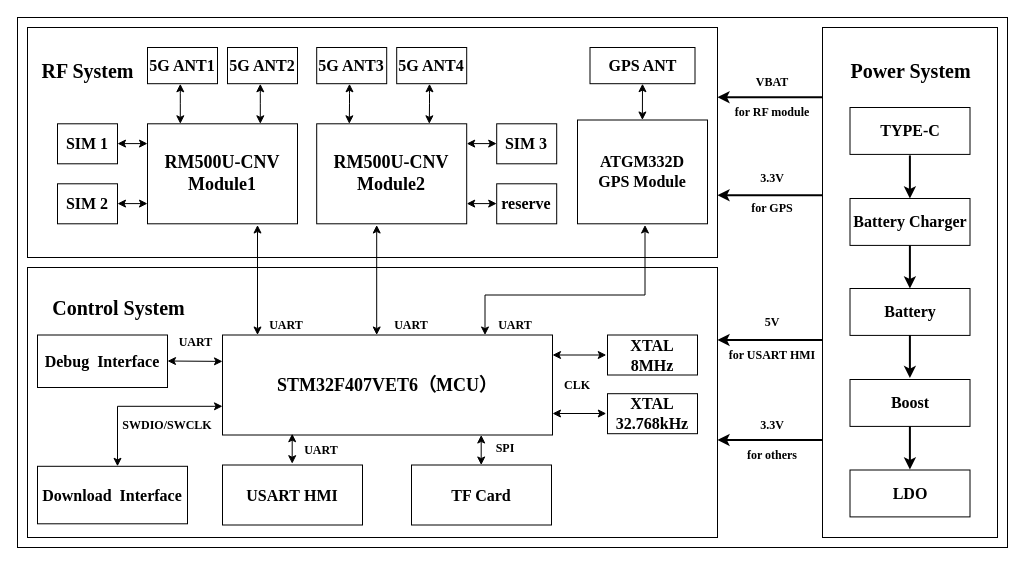
This is ICCC_block_V4.0.drawio from zeandon/draw.io, a draw.io file, before an edit. Source tidied: cells renumbered, new cells numbered last; positions are measured from the earlier drawing's top-left corner, leaving out a move shared by most shapes. Both pictures are drawn from the tidied source at 100%, with x=0, y=0 at pixel (17, 17).
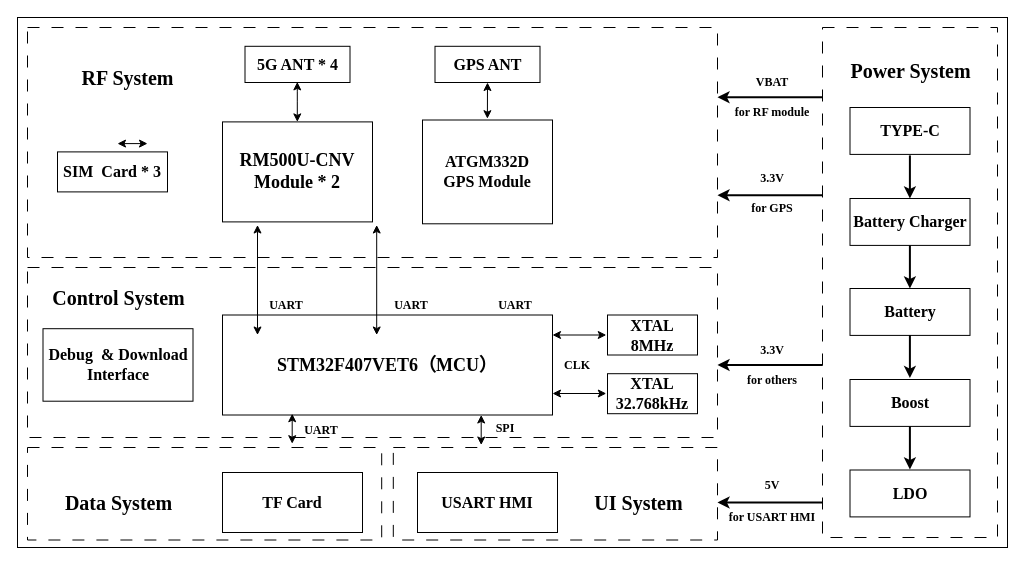
Above is the later version.

Change to the diagram source:
```diff
@@
+    <mxCell id="75" style="rounded=0;whiteSpace=wrap;html=1;fontStyle=1;fontFamily=Times New Roman;fontSize=16;dashed=1;dashPattern=12 12;" parent="1" vertex="1">
+      <mxGeometry x="375.8" y="430" width="324.2" height="92.5" as="geometry" />
+    </mxCell>
+    <mxCell id="76" style="rounded=0;whiteSpace=wrap;html=1;fontStyle=1;fontFamily=Times New Roman;fontSize=16;dashed=1;dashPattern=12 12;" parent="1" vertex="1">
+      <mxGeometry x="10" y="430" width="354.2" height="92.5" as="geometry" />
+    </mxCell>
-    <mxCell id="3" style="rounded=0;whiteSpace=wrap;html=1;fontFamily=Times New Roman;" parent="1" vertex="1">
+    <mxCell id="3" style="rounded=0;whiteSpace=wrap;html=1;fontFamily=Times New Roman;dashed=1;dashPattern=12 12;" parent="1" vertex="1">
       <mxGeometry x="805" y="10" width="175" height="510" as="geometry" />
     </mxCell>
-    <mxCell id="4" style="rounded=0;whiteSpace=wrap;html=1;fontFamily=Times New Roman;" parent="1" vertex="1">
+    <mxCell id="4" style="rounded=0;whiteSpace=wrap;html=1;fontFamily=Times New Roman;dashed=1;dashPattern=12 12;" parent="1" vertex="1">
       <mxGeometry x="10" y="10" width="690" height="230" as="geometry" />
     </mxCell>
-    <mxCell id="5" style="rounded=0;whiteSpace=wrap;html=1;fontFamily=Times New Roman;" parent="1" vertex="1">
-      <mxGeometry x="10" y="250" width="690" height="270" as="geometry" />
+    <mxCell id="5" style="rounded=0;whiteSpace=wrap;html=1;fontFamily=Times New Roman;dashed=1;dashPattern=12 12;" parent="1" vertex="1">
+      <mxGeometry x="10" y="250" width="690" height="170" as="geometry" />
     </mxCell>
     <mxCell id="6" value="&lt;font&gt;Control System&lt;/font&gt;" style="text;strokeColor=none;fillColor=none;html=1;fontSize=20;fontStyle=1;verticalAlign=middle;align=center;fontFamily=Times New Roman;" parent="1" vertex="1">
-      <mxGeometry x="30" y="270" width="141" height="40" as="geometry" />
+      <mxGeometry x="30" y="260" width="141" height="40" as="geometry" />
     </mxCell>
     <mxCell id="7" value="&lt;span&gt;RF System&lt;/span&gt;" style="text;strokeColor=none;fillColor=none;html=1;fontSize=20;fontStyle=1;verticalAlign=middle;align=center;fontFamily=Times New Roman;" parent="1" vertex="1">
-      <mxGeometry x="20" y="33.1" width="100" height="40" as="geometry" />
+      <mxGeometry x="60" y="40" width="100" height="40" as="geometry" />
     </mxCell>
-    <mxCell id="8" value="RM500U-CNV&lt;div&gt;Module1&lt;/div&gt;" style="rounded=0;whiteSpace=wrap;html=1;fontStyle=1;fontFamily=Times New Roman;fontSize=18;" parent="1" vertex="1">
-      <mxGeometry x="130" y="106.3" width="150" height="100" as="geometry" />
-    </mxCell>
-    <mxCell id="9" value="RM500U-CNV&lt;div&gt;Module2&lt;/div&gt;" style="rounded=0;whiteSpace=wrap;html=1;fontStyle=1;fontFamily=Times New Roman;fontSize=18;" parent="1" vertex="1">
-      <mxGeometry x="299.2" y="106.3" width="150" height="100" as="geometry" />
+    <mxCell id="9" value="RM500U-CNV&lt;div&gt;Module * 2&lt;/div&gt;" style="rounded=0;whiteSpace=wrap;html=1;fontStyle=1;fontFamily=Times New Roman;fontSize=18;" parent="1" vertex="1">
+      <mxGeometry x="205" y="104.4" width="150" height="100" as="geometry" />
     </mxCell>
     <mxCell id="10" value="UART" style="text;html=1;whiteSpace=wrap;strokeColor=none;fillColor=none;align=center;verticalAlign=middle;rounded=0;fontStyle=1;fontSize=12;fontFamily=Times New Roman;" parent="1" vertex="1">
-      <mxGeometry x="239" y="292.5" width="60" height="30" as="geometry" />
+      <mxGeometry x="239" y="272.5" width="60" height="30" as="geometry" />
     </mxCell>
     <mxCell id="11" value="UART" style="text;html=1;whiteSpace=wrap;strokeColor=none;fillColor=none;align=center;verticalAlign=middle;rounded=0;fontStyle=1;fontSize=12;fontFamily=Times New Roman;" parent="1" vertex="1">
-      <mxGeometry x="364.2" y="292.5" width="60" height="30" as="geometry" />
+      <mxGeometry x="364.2" y="272.5" width="60" height="30" as="geometry" />
     </mxCell>
-    <mxCell id="12" value="5G ANT2" style="rounded=0;whiteSpace=wrap;html=1;fontStyle=1;fontFamily=Times New Roman;fontSize=16;" parent="1" vertex="1">
-      <mxGeometry x="210" y="30" width="70" height="36.2" as="geometry" />
-    </mxCell>
-    <mxCell id="13" value="5G ANT1" style="rounded=0;whiteSpace=wrap;html=1;fontStyle=1;fontFamily=Times New Roman;fontSize=16;" parent="1" vertex="1">
-      <mxGeometry x="130" y="30" width="70" height="36.2" as="geometry" />
+    <mxCell id="13" value="5G ANT * 4" style="rounded=0;whiteSpace=wrap;html=1;fontStyle=1;fontFamily=Times New Roman;fontSize=16;" parent="1" vertex="1">
+      <mxGeometry x="227.5" y="28.8" width="105" height="36.2" as="geometry" />
     </mxCell>
-    <mxCell id="14" value="5G ANT3" style="rounded=0;whiteSpace=wrap;html=1;fontStyle=1;fontFamily=Times New Roman;fontSize=16;" parent="1" vertex="1">
-      <mxGeometry x="299.2" y="30" width="70" height="36.2" as="geometry" />
-    </mxCell>
-    <mxCell id="15" value="5G ANT4" style="rounded=0;whiteSpace=wrap;html=1;fontStyle=1;fontFamily=Times New Roman;fontSize=16;" parent="1" vertex="1">
-      <mxGeometry x="379.2" y="30" width="70" height="36.2" as="geometry" />
-    </mxCell>
     <mxCell id="16" value="STM32F407V&lt;span style=&quot;background-color: transparent; color: light-dark(rgb(0, 0, 0), rgb(255, 255, 255));&quot;&gt;ET6（MCU）&lt;/span&gt;" style="rounded=0;whiteSpace=wrap;html=1;fontStyle=1;fontFamily=Times New Roman;fontSize=18;" parent="1" vertex="1">
-      <mxGeometry x="205" y="317.5" width="330" height="100" as="geometry" />
+      <mxGeometry x="205" y="297.5" width="330" height="100" as="geometry" />
     </mxCell>
     <mxCell id="17" value="&lt;span style=&quot;background-color: transparent; color: light-dark(rgb(0, 0, 0), rgb(255, 255, 255));&quot;&gt;XTAL&lt;br&gt;8MHz&lt;/span&gt;" style="rounded=0;whiteSpace=wrap;html=1;fontStyle=1;fontFamily=Times New Roman;fontSize=16;" parent="1" vertex="1">
-      <mxGeometry x="590" y="317.5" width="90" height="40" as="geometry" />
+      <mxGeometry x="590" y="297.5" width="90" height="40" as="geometry" />
     </mxCell>
-    <mxCell id="18" value="Debug&amp;nbsp; Interface" style="rounded=0;whiteSpace=wrap;html=1;fontStyle=1;fontFamily=Times New Roman;fontSize=16;" parent="1" vertex="1">
-      <mxGeometry x="20" y="317.5" width="130" height="52.5" as="geometry" />
+    <mxCell id="18" value="Debug&amp;nbsp; &amp;amp; Download Interface" style="rounded=0;whiteSpace=wrap;html=1;fontStyle=1;fontFamily=Times New Roman;fontSize=16;" parent="1" vertex="1">
+      <mxGeometry x="25.5" y="311.2" width="150" height="72.5" as="geometry" />
     </mxCell>
     <mxCell id="19" value="USART&amp;nbsp;&lt;span style=&quot;background-color: transparent; color: light-dark(rgb(0, 0, 0), rgb(255, 255, 255));&quot;&gt;HMI&lt;/span&gt;" style="rounded=0;whiteSpace=wrap;html=1;fontStyle=1;fontFamily=Times New Roman;fontSize=16;" parent="1" vertex="1">
-      <mxGeometry x="205" y="447.5" width="140" height="60" as="geometry" />
+      <mxGeometry x="400" y="455" width="140" height="60" as="geometry" />
     </mxCell>
@@
-    <mxCell id="25" value="SIM 1" style="rounded=0;whiteSpace=wrap;html=1;fontStyle=1;fontFamily=Times New Roman;fontSize=16;" parent="1" vertex="1">
-      <mxGeometry x="40" y="106.3" width="60" height="40" as="geometry" />
+    <mxCell id="25" value="SIM&amp;nbsp; Card * 3" style="rounded=0;whiteSpace=wrap;html=1;fontStyle=1;fontFamily=Times New Roman;fontSize=16;" parent="1" vertex="1">
+      <mxGeometry x="40" y="134.4" width="110" height="40" as="geometry" />
     </mxCell>
-    <mxCell id="26" value="SIM 2" style="rounded=0;whiteSpace=wrap;html=1;fontStyle=1;fontFamily=Times New Roman;fontSize=16;" parent="1" vertex="1">
-      <mxGeometry x="40" y="166.3" width="60" height="40" as="geometry" />
-    </mxCell>
-    <mxCell id="27" value="SIM 3" style="rounded=0;whiteSpace=wrap;html=1;fontStyle=1;fontFamily=Times New Roman;fontSize=16;" parent="1" vertex="1">
-      <mxGeometry x="479.2" y="106.3" width="60" height="40" as="geometry" />
-    </mxCell>
     <mxCell id="28" value="TF Card" style="rounded=0;whiteSpace=wrap;html=1;fontStyle=1;fontFamily=Times New Roman;fontSize=16;" parent="1" vertex="1">
-      <mxGeometry x="394" y="447.5" width="140" height="60" as="geometry" />
+      <mxGeometry x="205" y="455" width="140" height="60" as="geometry" />
     </mxCell>
-    <mxCell id="29" style="endArrow=classic;startArrow=classic;html=1;rounded=0;fontFamily=Times New Roman;" parent="1" edge="1">
-      <mxGeometry relative="1" as="geometry">
-        <mxPoint x="100" y="186.1" as="sourcePoint" />
-        <mxPoint x="130" y="186.1" as="targetPoint" />
-      </mxGeometry>
-    </mxCell>
@@
-    <mxCell id="31" style="endArrow=classic;startArrow=classic;html=1;rounded=0;fontFamily=Times New Roman;" parent="1" edge="1">
-      <mxGeometry relative="1" as="geometry">
-        <mxPoint x="449.2" y="126.1" as="sourcePoint" />
-        <mxPoint x="479.2" y="126.1" as="targetPoint" />
-      </mxGeometry>
-    </mxCell>
-    <mxCell id="32" style="endArrow=classic;startArrow=classic;html=1;rounded=0;exitX=0.5;exitY=0;exitDx=0;exitDy=0;entryX=0.958;entryY=0.995;entryDx=0;entryDy=0;entryPerimeter=0;fontFamily=Times New Roman;" parent="1" edge="1">
-      <mxGeometry relative="1" as="geometry">
-        <mxPoint x="242.8" y="106.3" as="sourcePoint" />
-        <mxPoint x="242.8" y="66.3" as="targetPoint" />
-        <Array as="points">
-          <mxPoint x="242.8" y="86.3" />
-          <mxPoint x="242.8" y="76.3" />
-        </Array>
-      </mxGeometry>
-    </mxCell>
     <mxCell id="33" style="endArrow=classic;startArrow=classic;html=1;rounded=0;exitX=0.5;exitY=0;exitDx=0;exitDy=0;entryX=0.958;entryY=0.995;entryDx=0;entryDy=0;entryPerimeter=0;fontFamily=Times New Roman;" parent="1" edge="1">
       <mxGeometry relative="1" as="geometry">
-        <mxPoint x="162.8" y="106.3" as="sourcePoint" />
-        <mxPoint x="162.8" y="66.3" as="targetPoint" />
+        <mxPoint x="279.8" y="104.4" as="sourcePoint" />
+        <mxPoint x="279.8" y="64.4" as="targetPoint" />
         <Array as="points">
-          <mxPoint x="162.8" y="86.3" />
-          <mxPoint x="162.8" y="76.3" />
+          <mxPoint x="279.8" y="84.4" />
+          <mxPoint x="279.8" y="74.4" />
         </Array>
       </mxGeometry>
     </mxCell>
-    <mxCell id="34" style="endArrow=classic;startArrow=classic;html=1;rounded=0;exitX=0.5;exitY=0;exitDx=0;exitDy=0;entryX=0.958;entryY=0.995;entryDx=0;entryDy=0;entryPerimeter=0;fontFamily=Times New Roman;" parent="1" edge="1">
-      <mxGeometry relative="1" as="geometry">
-        <mxPoint x="331.8" y="106.3" as="sourcePoint" />
-        <mxPoint x="332" y="66.3" as="targetPoint" />
-        <Array as="points">
-          <mxPoint x="332" y="86.3" />
-          <mxPoint x="332" y="76.3" />
-        </Array>
-      </mxGeometry>
-    </mxCell>
-    <mxCell id="35" style="endArrow=classic;startArrow=classic;html=1;rounded=0;exitX=0.5;exitY=0;exitDx=0;exitDy=0;entryX=0.958;entryY=0.995;entryDx=0;entryDy=0;entryPerimeter=0;fontFamily=Times New Roman;" parent="1" edge="1">
-      <mxGeometry relative="1" as="geometry">
-        <mxPoint x="411.8" y="106.3" as="sourcePoint" />
-        <mxPoint x="412" y="66.3" as="targetPoint" />
-        <Array as="points">
-          <mxPoint x="412" y="86.3" />
-          <mxPoint x="412" y="76.3" />
-        </Array>
-      </mxGeometry>
-    </mxCell>
@@
     <mxCell id="37" value="5V" style="text;html=1;whiteSpace=wrap;strokeColor=none;fillColor=none;align=center;verticalAlign=middle;rounded=0;fontStyle=1;fontSize=12;fontFamily=Times New Roman;" parent="1" vertex="1">
-      <mxGeometry x="735" y="290" width="40" height="30" as="geometry" />
+      <mxGeometry x="735" y="452.5" width="40" height="30" as="geometry" />
     </mxCell>
     <mxCell id="38" value="3.3V" style="text;html=1;whiteSpace=wrap;strokeColor=none;fillColor=none;align=center;verticalAlign=middle;rounded=0;fontStyle=1;fontSize=12;fontFamily=Times New Roman;" parent="1" vertex="1">
-      <mxGeometry x="730" y="392.5" width="50" height="30" as="geometry" />
+      <mxGeometry x="730" y="317.5" width="50" height="30" as="geometry" />
     </mxCell>
@@
     <mxCell id="40" value="for USART HMI" style="text;html=1;whiteSpace=wrap;strokeColor=none;fillColor=none;align=center;verticalAlign=middle;rounded=0;fontStyle=1;fontSize=12;fontFamily=Times New Roman;" parent="1" vertex="1">
-      <mxGeometry x="700" y="322.5" width="110" height="30" as="geometry" />
+      <mxGeometry x="700" y="485" width="110" height="30" as="geometry" />
     </mxCell>
@@
     <mxCell id="42" value="for others" style="text;html=1;whiteSpace=wrap;strokeColor=none;fillColor=none;align=center;verticalAlign=middle;rounded=0;fontStyle=1;fontSize=12;fontFamily=Times New Roman;" parent="1" vertex="1">
-      <mxGeometry x="720" y="422.5" width="70" height="30" as="geometry" />
+      <mxGeometry x="720" y="347.5" width="70" height="30" as="geometry" />
     </mxCell>
     <mxCell id="43" value="&lt;div&gt;&lt;div class=&quot;old-record-id-EkiNdZjjBor4kKx9q06cBJtBn5e&quot;&gt;ATGM332D&lt;/div&gt;&lt;/div&gt;&lt;span data-lark-record-data=&quot;{&amp;quot;rootId&amp;quot;:&amp;quot;WC7idygdLo3EwxxI4wccTYTrntd&amp;quot;,&amp;quot;text&amp;quot;:{&amp;quot;initialAttributedTexts&amp;quot;:{&amp;quot;text&amp;quot;:{&amp;quot;0&amp;quot;:&amp;quot;ATGM332D&amp;quot;},&amp;quot;attribs&amp;quot;:{&amp;quot;0&amp;quot;:&amp;quot;*0+8&amp;quot;}},&amp;quot;apool&amp;quot;:{&amp;quot;numToAttrib&amp;quot;:{&amp;quot;0&amp;quot;:[&amp;quot;author&amp;quot;,&amp;quot;7430727519390695452&amp;quot;]},&amp;quot;nextNum&amp;quot;:1}},&amp;quot;type&amp;quot;:&amp;quot;text&amp;quot;,&amp;quot;referenceRecordMap&amp;quot;:{},&amp;quot;extra&amp;quot;:{&amp;quot;channel&amp;quot;:&amp;quot;saas&amp;quot;,&amp;quot;isEqualBlockSelection&amp;quot;:false,&amp;quot;pasteRandomId&amp;quot;:&amp;quot;4cfd0e9a-30e1-4352-a2b7-8c5324ee6488&amp;quot;,&amp;quot;mention_page_title&amp;quot;:{},&amp;quot;external_mention_url&amp;quot;:{}},&amp;quot;isKeepQuoteContainer&amp;quot;:false,&amp;quot;isFromCode&amp;quot;:false,&amp;quot;selection&amp;quot;:[{&amp;quot;id&amp;quot;:43,&amp;quot;type&amp;quot;:&amp;quot;text&amp;quot;,&amp;quot;selection&amp;quot;:{&amp;quot;start&amp;quot;:46,&amp;quot;end&amp;quot;:54},&amp;quot;recordId&amp;quot;:&amp;quot;EkiNdZjjBor4kKx9q06cBJtBn5e&amp;quot;}],&amp;quot;payloadMap&amp;quot;:{},&amp;quot;isCut&amp;quot;:false}&quot; class=&quot;lark-record-clipboard&quot;&gt;&lt;/span&gt;GPS Module" style="rounded=0;whiteSpace=wrap;html=1;fontStyle=1;fontFamily=Times New Roman;fontSize=16;" parent="1" vertex="1">
-      <mxGeometry x="560" y="102.5" width="130" height="103.8" as="geometry" />
+      <mxGeometry x="405" y="102.5" width="130" height="103.8" as="geometry" />
     </mxCell>
     <mxCell id="44" value="GPS ANT" style="rounded=0;whiteSpace=wrap;html=1;fontStyle=1;fontFamily=Times New Roman;fontSize=16;" parent="1" vertex="1">
-      <mxGeometry x="572.5" y="30" width="105" height="36.2" as="geometry" />
+      <mxGeometry x="417.5" y="28.8" width="105" height="36.2" as="geometry" />
     </mxCell>
     <mxCell id="45" value="UART" style="text;html=1;whiteSpace=wrap;strokeColor=none;fillColor=none;align=center;verticalAlign=middle;rounded=0;fontStyle=1;fontSize=12;fontFamily=Times New Roman;" parent="1" vertex="1">
-      <mxGeometry x="274.2" y="417.5" width="60" height="30" as="geometry" />
+      <mxGeometry x="274.2" y="397.5" width="60" height="30" as="geometry" />
     </mxCell>
     <mxCell id="46" value="UART" style="text;html=1;whiteSpace=wrap;strokeColor=none;fillColor=none;align=center;verticalAlign=middle;rounded=0;fontStyle=1;fontSize=12;fontFamily=Times New Roman;" parent="1" vertex="1">
-      <mxGeometry x="467.5" y="292.5" width="60" height="30" as="geometry" />
+      <mxGeometry x="467.5" y="272.5" width="60" height="30" as="geometry" />
     </mxCell>
     <mxCell id="47" value="SPI" style="text;html=1;whiteSpace=wrap;strokeColor=none;fillColor=none;align=center;verticalAlign=middle;rounded=0;fontStyle=1;fontSize=12;fontFamily=Times New Roman;" parent="1" vertex="1">
-      <mxGeometry x="467.5" y="416.2" width="40" height="30" as="geometry" />
+      <mxGeometry x="467.5" y="396.2" width="40" height="30" as="geometry" />
     </mxCell>
     <mxCell id="48" value="CLK" style="text;html=1;whiteSpace=wrap;strokeColor=none;fillColor=none;align=center;verticalAlign=middle;rounded=0;fontStyle=1;fontSize=12;fontFamily=Times New Roman;" parent="1" vertex="1">
-      <mxGeometry x="535" y="352.5" width="50" height="30" as="geometry" />
+      <mxGeometry x="535" y="332.5" width="50" height="30" as="geometry" />
     </mxCell>
-    <mxCell id="49" value="UART&amp;nbsp;" style="text;html=1;whiteSpace=wrap;strokeColor=none;fillColor=none;align=center;verticalAlign=middle;rounded=0;fontStyle=1;fontSize=12;fontFamily=Times New Roman;" parent="1" vertex="1">
-      <mxGeometry x="150" y="310" width="60" height="30" as="geometry" />
-    </mxCell>
     <mxCell id="50" style="endArrow=classic;startArrow=classic;html=1;rounded=0;fontFamily=Times New Roman;" parent="1" edge="1">
       <mxGeometry relative="1" as="geometry">
-        <mxPoint x="535" y="396" as="sourcePoint" />
-        <mxPoint x="588.8" y="396" as="targetPoint" />
+        <mxPoint x="535" y="376" as="sourcePoint" />
+        <mxPoint x="588.8" y="376" as="targetPoint" />
       </mxGeometry>
     </mxCell>
     <mxCell id="51" style="endArrow=classic;startArrow=classic;html=1;rounded=0;fontFamily=Times New Roman;entryX=0.5;entryY=1;entryDx=0;entryDy=0;" parent="1" edge="1" target="44">
       <mxGeometry relative="1" as="geometry">
-        <mxPoint x="624.9" y="102.5" as="sourcePoint" />
+        <mxPoint x="469.9" y="101.2" as="sourcePoint" />
       </mxGeometry>
     </mxCell>
     <mxCell id="52" style="endArrow=classic;startArrow=classic;html=1;rounded=0;fontFamily=Times New Roman;" parent="1" edge="1">
       <mxGeometry relative="1" as="geometry">
-        <mxPoint x="463.7" y="447.5" as="sourcePoint" />
-        <mxPoint x="463.7" y="417.5" as="targetPoint" />
+        <mxPoint x="463.7" y="427.5" as="sourcePoint" />
+        <mxPoint x="463.7" y="397.5" as="targetPoint" />
       </mxGeometry>
     </mxCell>
@@
-    <mxCell id="54" value="reserve" style="rounded=0;whiteSpace=wrap;html=1;fontStyle=1;fontFamily=Times New Roman;fontSize=16;" parent="1" vertex="1">
-      <mxGeometry x="479.2" y="166.3" width="60" height="40" as="geometry" />
-    </mxCell>
-    <mxCell id="55" style="endArrow=classic;startArrow=classic;html=1;rounded=0;fontFamily=Times New Roman;" parent="1" edge="1">
-      <mxGeometry relative="1" as="geometry">
-        <mxPoint x="449.2" y="186.1" as="sourcePoint" />
-        <mxPoint x="479.2" y="186.1" as="targetPoint" />
-      </mxGeometry>
-    </mxCell>
@@
     <mxCell id="58" style="endArrow=none;startArrow=classic;html=1;rounded=0;endFill=0;strokeWidth=2;fontFamily=Times New Roman;entryX=-0.001;entryY=0.254;entryDx=0;entryDy=0;entryPerimeter=0;" parent="1" edge="1">
       <mxGeometry relative="1" as="geometry">
-        <mxPoint x="700" y="422.5" as="sourcePoint" />
-        <mxPoint x="805" y="422.5" as="targetPoint" />
+        <mxPoint x="700" y="347.5" as="sourcePoint" />
+        <mxPoint x="805" y="347.5" as="targetPoint" />
       </mxGeometry>
     </mxCell>
@@
     <mxCell id="60" style="endArrow=none;startArrow=classic;html=1;rounded=0;endFill=0;strokeWidth=2;fontFamily=Times New Roman;entryX=-0.001;entryY=0.254;entryDx=0;entryDy=0;entryPerimeter=0;" parent="1" edge="1">
       <mxGeometry relative="1" as="geometry">
-        <mxPoint x="700" y="322.5" as="sourcePoint" />
-        <mxPoint x="805" y="322.5" as="targetPoint" />
+        <mxPoint x="700" y="485" as="sourcePoint" />
+        <mxPoint x="805" y="485" as="targetPoint" />
       </mxGeometry>
     </mxCell>
-    <mxCell id="61" style="endArrow=classic;startArrow=classic;html=1;rounded=0;startFill=1;endFill=1;fontFamily=Times New Roman;" parent="1" edge="1">
-      <mxGeometry relative="1" as="geometry">
-        <mxPoint x="205" y="343.9" as="sourcePoint" />
-        <mxPoint x="150" y="343.5" as="targetPoint" />
-      </mxGeometry>
-    </mxCell>
@@
     <mxCell id="64" value="&lt;span style=&quot;background-color: transparent; color: light-dark(rgb(0, 0, 0), rgb(255, 255, 255));&quot;&gt;XTAL&lt;br&gt;32.768kHz&lt;/span&gt;" style="rounded=0;whiteSpace=wrap;html=1;fontStyle=1;fontFamily=Times New Roman;fontSize=16;" parent="1" vertex="1">
-      <mxGeometry x="590" y="376.2" width="90" height="40" as="geometry" />
+      <mxGeometry x="590" y="356.2" width="90" height="40" as="geometry" />
     </mxCell>
     <mxCell id="65" style="endArrow=classic;startArrow=classic;html=1;rounded=0;fontFamily=Times New Roman;" parent="1" edge="1">
       <mxGeometry relative="1" as="geometry">
-        <mxPoint x="535" y="337.5" as="sourcePoint" />
-        <mxPoint x="588.8" y="337.5" as="targetPoint" />
+        <mxPoint x="535" y="317.5" as="sourcePoint" />
+        <mxPoint x="588.8" y="317.5" as="targetPoint" />
       </mxGeometry>
     </mxCell>
-    <mxCell id="66" value="SWDIO/SWCLK" style="text;html=1;whiteSpace=wrap;strokeColor=none;fillColor=none;align=center;verticalAlign=middle;rounded=0;fontStyle=1;fontSize=12;fontFamily=Times New Roman;" parent="1" vertex="1">
-      <mxGeometry x="95" y="392.5" width="110" height="30" as="geometry" />
-    </mxCell>
-    <mxCell id="67" style="endArrow=classic;startArrow=classic;html=1;rounded=0;fontFamily=Times New Roman;" parent="1" edge="1">
-      <mxGeometry relative="1" as="geometry">
-        <mxPoint x="627.5" y="207.5" as="sourcePoint" />
-        <mxPoint x="467.5" y="317.5" as="targetPoint" />
-        <Array as="points">
-          <mxPoint x="627.5" y="277.5" />
-          <mxPoint x="467.5" y="277.5" />
-        </Array>
-      </mxGeometry>
-    </mxCell>
@@
-    <mxCell id="72" value="Download&amp;nbsp; Interface" style="rounded=0;whiteSpace=wrap;html=1;fontStyle=1;fontFamily=Times New Roman;fontSize=16;" parent="1" vertex="1">
-      <mxGeometry x="20" y="448.8" width="150" height="57.5" as="geometry" />
-    </mxCell>
-    <mxCell id="73" style="endArrow=classic;startArrow=classic;html=1;rounded=0;startFill=1;endFill=1;fontFamily=Times New Roman;" parent="1" edge="1">
-      <mxGeometry relative="1" as="geometry">
-        <mxPoint x="205" y="388.8" as="sourcePoint" />
-        <mxPoint x="100" y="448.8" as="targetPoint" />
-        <Array as="points">
-          <mxPoint x="100" y="388.8" />
-        </Array>
-      </mxGeometry>
-    </mxCell>
     <mxCell id="74" style="endArrow=classic;startArrow=classic;html=1;rounded=0;fontFamily=Times New Roman;" parent="1" edge="1">
       <mxGeometry relative="1" as="geometry">
-        <mxPoint x="274.7" y="446.2" as="sourcePoint" />
-        <mxPoint x="274.7" y="416.2" as="targetPoint" />
+        <mxPoint x="274.7" y="426.2" as="sourcePoint" />
+        <mxPoint x="274.7" y="396.2" as="targetPoint" />
       </mxGeometry>
     </mxCell>
+    <mxCell id="77" value="&lt;font&gt;Data System&lt;/font&gt;" style="text;strokeColor=none;fillColor=none;html=1;fontSize=20;fontStyle=1;verticalAlign=middle;align=center;fontFamily=Times New Roman;" parent="1" vertex="1">
+      <mxGeometry x="30" y="465" width="141" height="40" as="geometry" />
+    </mxCell>
+    <mxCell id="78" value="&lt;font&gt;UI System&lt;/font&gt;" style="text;strokeColor=none;fillColor=none;html=1;fontSize=20;fontStyle=1;verticalAlign=middle;align=center;fontFamily=Times New Roman;" parent="1" vertex="1">
+      <mxGeometry x="550" y="465" width="141" height="40" as="geometry" />
+    </mxCell>
```
